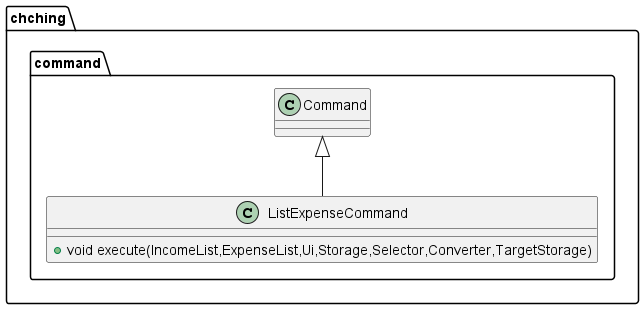
The PlantUML diagram images/ListExpenseCommand_Sequence_Diagram.png in nus-cs2113-AY2223S2/tp, before a commit. The source it was exported from:
```plantuml
@startuml
class chching.command.ListExpenseCommand {
+ void execute(IncomeList,ExpenseList,Ui,Storage,Selector,Converter,TargetStorage)
}


chching.command.Command <|-- chching.command.ListExpenseCommand
@enduml
```
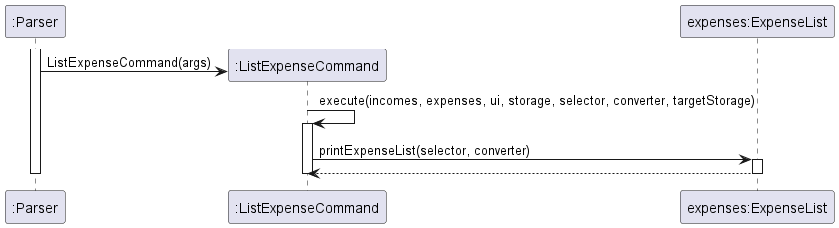
After the change.

Commit message:
Edit sequence diagram for ListExpenseCommand

What changed in the source:
```diff
@@ -1,8 +1,22 @@
 @startuml
-class chching.command.ListExpenseCommand {
-+ void execute(IncomeList,ExpenseList,Ui,Storage,Selector,Converter,TargetStorage)
-}
+participant ":Parser" as Parser
+participant ":ListExpenseCommand" as ListExpenseCommand
+participant "expenses:ExpenseList" as ExpenseList
 
+activate Parser
 
-chching.command.Command <|-- chching.command.ListExpenseCommand
+create ListExpenseCommand
+Parser -> ListExpenseCommand : ListExpenseCommand(args)
+ListExpenseCommand -> ListExpenseCommand : execute(incomes, expenses, ui, storage, selector, converter, targetStorage)
+
+activate ListExpenseCommand
+ListExpenseCommand -> ExpenseList : printExpenseList(selector, converter)
+
+activate ExpenseList
+ExpenseList --> ListExpenseCommand
+
+deactivate ExpenseList
+deactivate ListExpenseCommand
+deactivate Parser
+
 @enduml
```
